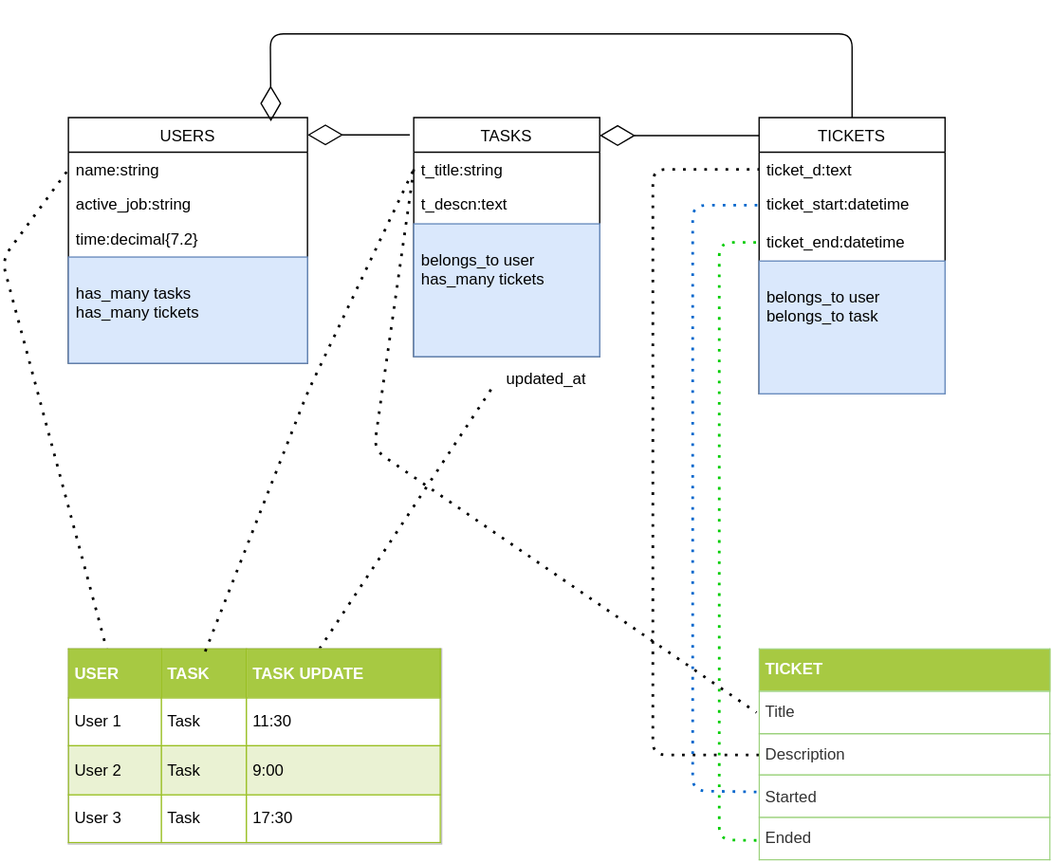
Before: Copy of MyApp_old.svg, a diagram exported from draw.io (Roru-cmd/Myapp). Source tidied: cells renumbered, new cells last; positions are measured from the earlier drawing's top-left corner, leaving out a move shared by most shapes.
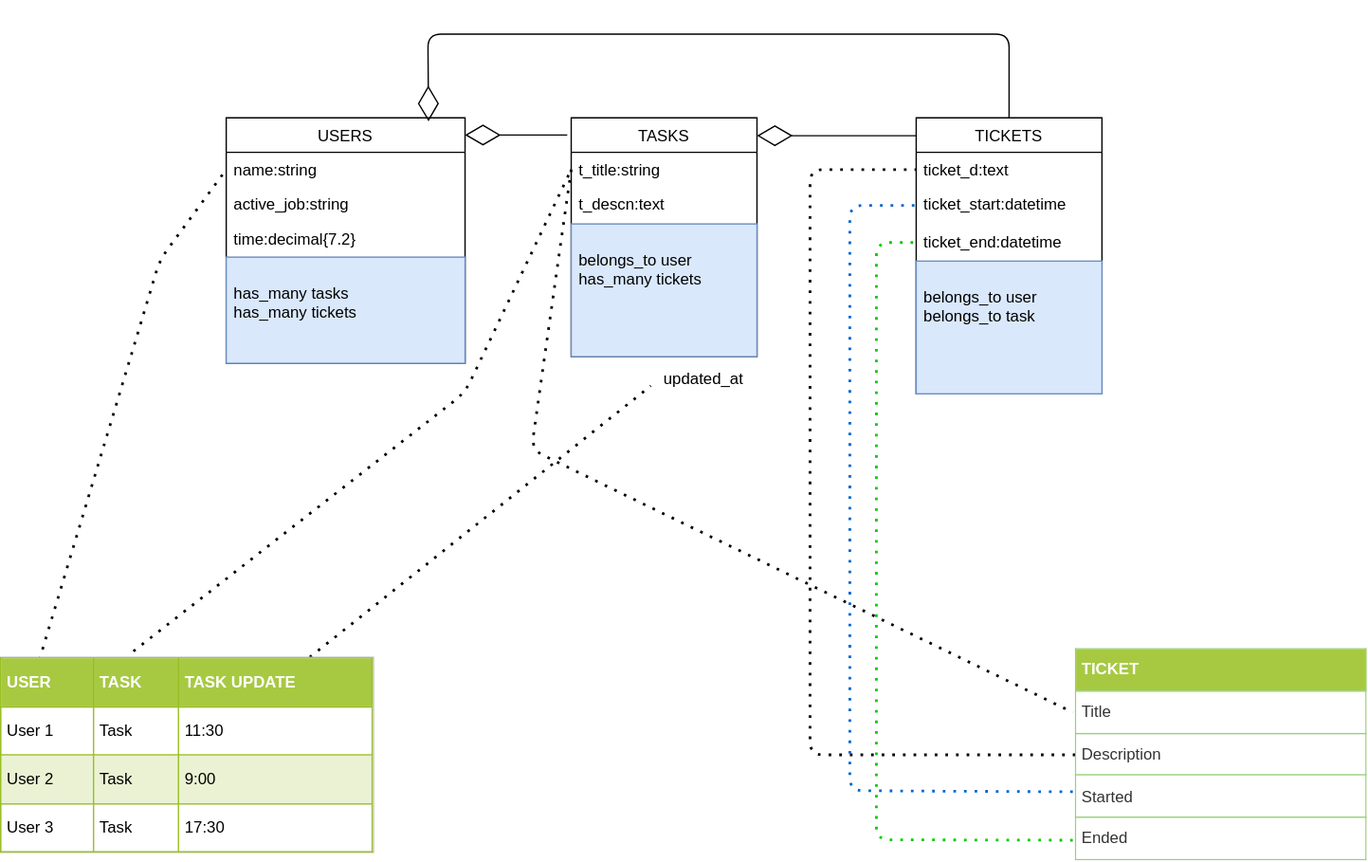
After the change.

Commit message:
Adding Task model

What changed in the source:
```diff
@@ -101,18 +101,17 @@
       <mxGeometry x="200" y="353" as="geometry" />
     </mxCell>
     <mxCell id="25" value="&lt;table border=&quot;1&quot; width=&quot;100%&quot; cellpadding=&quot;4&quot; style=&quot;width: 100% ; height: 100% ; border-collapse: collapse&quot;&gt;&lt;tbody&gt;&lt;tr style=&quot;background-color: #a7c942 ; color: #ffffff ; border: 1px solid #98bf21&quot;&gt;&lt;th align=&quot;left&quot;&gt;USER&lt;/th&gt;&lt;th align=&quot;left&quot;&gt;TASK&lt;/th&gt;&lt;th align=&quot;left&quot;&gt;TASK UPDATE&lt;/th&gt;&lt;/tr&gt;&lt;tr style=&quot;border: 1px solid #98bf21&quot;&gt;&lt;td&gt;User 1&lt;/td&gt;&lt;td&gt;Task&amp;nbsp;&lt;/td&gt;&lt;td&gt;11:30&lt;/td&gt;&lt;/tr&gt;&lt;tr style=&quot;background-color: #eaf2d3 ; border: 1px solid #98bf21&quot;&gt;&lt;td&gt;User 2&lt;/td&gt;&lt;td&gt;Task&lt;/td&gt;&lt;td&gt;9:00&lt;/td&gt;&lt;/tr&gt;&lt;tr style=&quot;border: 1px solid #98bf21&quot;&gt;&lt;td&gt;User 3&lt;/td&gt;&lt;td&gt;Task&lt;/td&gt;&lt;td&gt;17:30&lt;/td&gt;&lt;/tr&gt;&lt;/tbody&gt;&lt;/table&gt;" style="text;html=1;strokeColor=#c0c0c0;fillColor=#ffffff;overflow=fill;rounded=0;" parent="1" vertex="1">
-      <mxGeometry x="50" y="463" width="281" height="147" as="geometry" />
+      <mxGeometry x="-120" y="469.5" width="281" height="147" as="geometry" />
     </mxCell>
-    <mxCell id="26" style="endArrow=none;dashed=1;html=1;dashPattern=1 3;strokeWidth=2;entryX=0;entryY=0.5;entryDx=0;entryDy=0;" parent="1" edge="1" target="8">
+    <mxCell id="26" style="endArrow=none;dashed=1;html=1;dashPattern=1 3;strokeWidth=2;entryX=0;entryY=0.5;entryDx=0;entryDy=0;exitX=0.356;exitY=-0.031;exitDx=0;exitDy=0;exitPerimeter=0;" parent="1" edge="1" source="25" target="8">
       <mxGeometry x="200" y="353" as="geometry">
-        <mxPoint x="153" y="465" as="sourcePoint" />
         <Array as="points">
           <mxPoint x="230" y="270" />
         </Array>
       </mxGeometry>
     </mxCell>
     <mxCell id="27" value="&lt;table border=&quot;1&quot; width=&quot;100%&quot; cellpadding=&quot;4&quot; style=&quot;width: 100% ; height: 100% ; border-collapse: collapse ; border: 1px solid rgb(151 , 208 , 119)&quot;&gt;&lt;tbody&gt;&lt;tr style=&quot;background-color: rgb(167 , 201 , 66) ; color: rgb(255 , 255 , 255)&quot;&gt;&lt;th align=&quot;left&quot;&gt;TICKET&lt;/th&gt;&lt;/tr&gt;&lt;tr&gt;&lt;td&gt;Title&lt;/td&gt;&lt;/tr&gt;&lt;tr&gt;&lt;td&gt;Description&lt;/td&gt;&lt;/tr&gt;&lt;tr&gt;&lt;td&gt;Started&amp;nbsp;&lt;/td&gt;&lt;/tr&gt;&lt;tr&gt;&lt;td&gt;Ended&lt;/td&gt;&lt;/tr&gt;&lt;/tbody&gt;&lt;/table&gt;" style="text;html=1;overflow=fill;rounded=0;fontColor=#333333;" parent="1" vertex="1">
-      <mxGeometry x="570" y="463" width="220" height="160" as="geometry" />
+      <mxGeometry x="690" y="463" width="220" height="160" as="geometry" />
     </mxCell>
     <mxCell id="28" style="endArrow=none;dashed=1;html=1;dashPattern=1 3;strokeWidth=2;entryX=0;entryY=0.5;entryDx=0;entryDy=0;strokeColor=#0066CC;exitX=-0.009;exitY=0.674;exitDx=0;exitDy=0;exitPerimeter=0;" parent="1" edge="1" source="27" target="13">
       <mxGeometry x="200" y="353" as="geometry">
```
